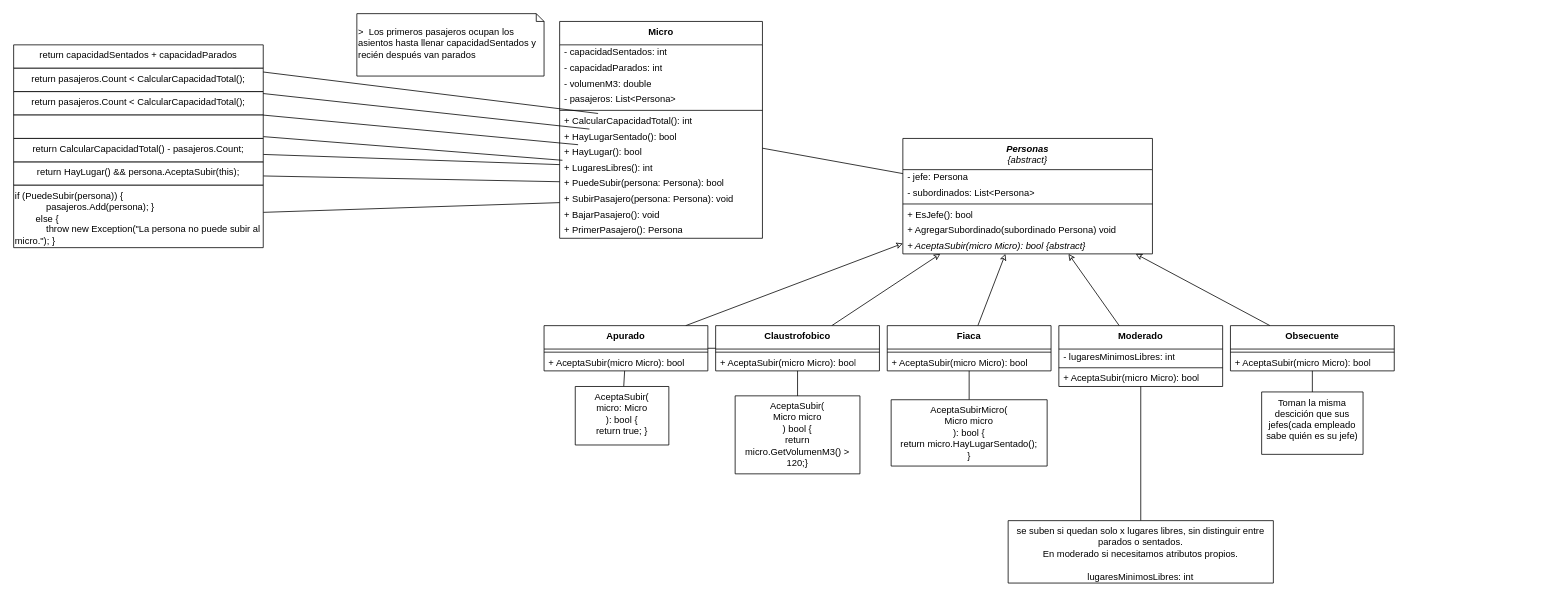
Before: src/Micros/EJMicros_CS.dio in gastonjavierricchiardi/ejercicios-csharp-utn-2026, a draw.io diagram. Source tidied: cells renumbered, new cells numbered last; positions are measured from the earlier drawing's top-left corner, leaving out a move shared by most shapes. Both pictures are drawn from the tidied source at 78%, with x=0, y=0 at pixel (13, 13).
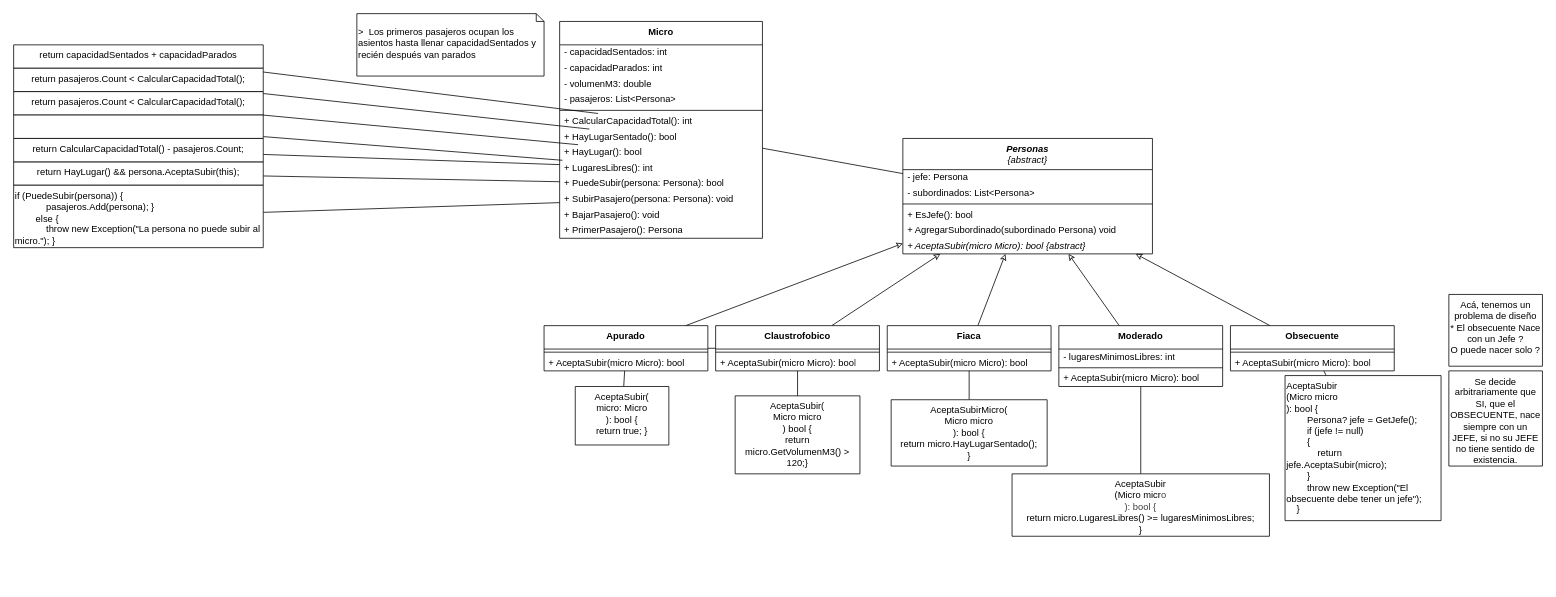
After the change.

Commit message:
Subimos el diagrama

The edit, as a diff of the source:
```diff
@@
-    <mxCell id="43" value="se suben si quedan solo x lugares libres, sin distinguir entre parados o sentados.&lt;div&gt;En moderado si necesitamos atributos propios.&lt;/div&gt;&lt;div&gt;&lt;br&gt;&lt;/div&gt;&lt;div&gt;lugaresMinimosLibres: int&lt;/div&gt;" style="shape=note2;boundedLbl=1;whiteSpace=wrap;html=1;size=0;verticalAlign=top;align=center;" parent="1" vertex="1">
-      <mxGeometry x="1275" y="650" width="340" height="80" as="geometry" />
+    <mxCell id="43" value="AceptaSubir&lt;div&gt;(Micro micr&lt;span style=&quot;color: rgb(63, 63, 63); background-color: transparent;&quot;&gt;o&lt;/span&gt;&lt;/div&gt;&lt;div&gt;&lt;span style=&quot;color: rgb(63, 63, 63); background-color: transparent;&quot;&gt;)&lt;/span&gt;&lt;span style=&quot;color: rgb(63, 63, 63); background-color: transparent;&quot;&gt;: bool {&lt;/span&gt;&lt;/div&gt;&lt;div&gt;return micro.LugaresLibres() &amp;gt;= lugaresMinimosLibres;&lt;/div&gt;&lt;div&gt;}&lt;/div&gt;" style="shape=note2;boundedLbl=1;whiteSpace=wrap;html=1;size=0;verticalAlign=top;align=center;" parent="1" vertex="1">
+      <mxGeometry x="1280" y="590" width="330" height="80" as="geometry" />
     </mxCell>
@@
-    <mxCell id="49" value="Toman la misma descición que sus jefes(cada empleado sabe quién es su jefe)" style="shape=note2;boundedLbl=1;whiteSpace=wrap;html=1;size=0;verticalAlign=top;align=center;" parent="1" vertex="1">
-      <mxGeometry x="1600" y="485" width="130" height="80" as="geometry" />
+    <mxCell id="49" value="&lt;div&gt;&lt;font color=&quot;#000000&quot;&gt;AceptaSubir&lt;/font&gt;&lt;/div&gt;&lt;div&gt;&lt;font color=&quot;#000000&quot;&gt;(&lt;/font&gt;&lt;span style=&quot;background-color: transparent;&quot;&gt;Micro micro&lt;/span&gt;&lt;/div&gt;&lt;div&gt;&lt;span style=&quot;background-color: transparent;&quot;&gt;): bool&amp;nbsp;&lt;/span&gt;&lt;span style=&quot;background-color: transparent;&quot;&gt;{&lt;/span&gt;&lt;/div&gt;&lt;div&gt;&lt;font color=&quot;#000000&quot;&gt;&amp;nbsp; &amp;nbsp; &amp;nbsp; &amp;nbsp; Persona? jefe = GetJefe();&lt;/font&gt;&lt;/div&gt;&lt;div&gt;&lt;font color=&quot;#000000&quot;&gt;&amp;nbsp; &amp;nbsp; &amp;nbsp; &amp;nbsp; if (jefe != null)&lt;/font&gt;&lt;/div&gt;&lt;div&gt;&lt;font color=&quot;#000000&quot;&gt;&amp;nbsp; &amp;nbsp; &amp;nbsp; &amp;nbsp; {&lt;/font&gt;&lt;/div&gt;&lt;div&gt;&lt;font color=&quot;#000000&quot;&gt;&amp;nbsp; &amp;nbsp; &amp;nbsp; &amp;nbsp; &amp;nbsp; &amp;nbsp; return jefe.AceptaSubir(micro);&lt;/font&gt;&lt;/div&gt;&lt;div&gt;&lt;font color=&quot;#000000&quot;&gt;&amp;nbsp; &amp;nbsp; &amp;nbsp; &amp;nbsp; }&lt;/font&gt;&lt;/div&gt;&lt;div&gt;&lt;font color=&quot;#000000&quot;&gt;&amp;nbsp; &amp;nbsp; &amp;nbsp; &amp;nbsp; throw new Exception(&quot;El obsecuente debe tener un jefe&quot;);&lt;/font&gt;&lt;/div&gt;&lt;div&gt;&lt;font color=&quot;#000000&quot;&gt;&amp;nbsp; &amp;nbsp; }&lt;/font&gt;&lt;/div&gt;" style="shape=note2;boundedLbl=1;whiteSpace=wrap;html=1;size=0;verticalAlign=top;align=left;" parent="1" vertex="1">
+      <mxGeometry x="1630" y="464" width="200" height="186" as="geometry" />
     </mxCell>
@@
+    <mxCell id="71" value="Acá, tenemos un problema de diseño&lt;div&gt;* El obsecuente Nace con un Jefe ?&lt;/div&gt;&lt;div&gt;O puede nacer solo ?&lt;/div&gt;" style="shape=note2;boundedLbl=1;whiteSpace=wrap;html=1;size=0;verticalAlign=top;align=center;" parent="1" vertex="1">
+      <mxGeometry x="1840" y="360" width="120" height="92" as="geometry" />
+    </mxCell>
+    <mxCell id="72" value="Se decide arbitrariamente que SI, que el OBSECUENTE, nace siempre con un JEFE, si no su JEFE no tiene sentido de existencia." style="shape=note2;boundedLbl=1;whiteSpace=wrap;html=1;size=0;verticalAlign=top;align=center;" parent="1" vertex="1">
+      <mxGeometry x="1840" y="458" width="120" height="122" as="geometry" />
+    </mxCell>
```
